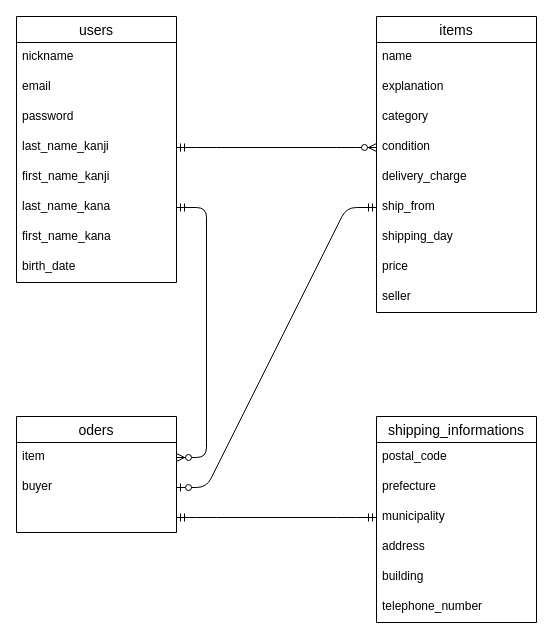
Before: furima.dio in yun814/furima-37940, a draw.io diagram. Source tidied: cells renumbered, new cells numbered last; positions are measured from the earlier drawing's top-left corner, leaving out a move shared by most shapes. Both pictures are drawn from the tidied source at 100%, with x=0, y=0 at pixel (16, 16).
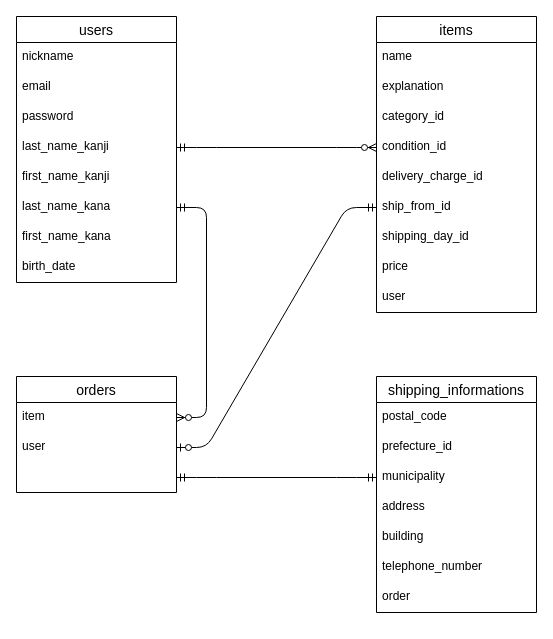
The same page after the edit.

Unchanged cells that the change refers to:
```xml
<mxCell id="11" value="items" style="swimlane;fontStyle=0;horizontal=1;startSize=26;align=center;fontSize=14;" parent="1" vertex="1">
  <mxGeometry x="360" width="160" height="296" as="geometry" />
</mxCell>
```

The edit, as a diff of the source:
```diff
@@
-    <mxCell id="14" value="category" style="text;strokeColor=none;fillColor=none;spacingLeft=4;spacingRight=4;overflow=hidden;fontSize=12;" parent="11" vertex="1">
+    <mxCell id="14" value="category_id" style="text;strokeColor=none;fillColor=none;spacingLeft=4;spacingRight=4;overflow=hidden;fontSize=12;" parent="11" vertex="1">
       <mxGeometry y="86" width="160" height="30" as="geometry" />
     </mxCell>
-    <mxCell id="15" value="condition" style="text;strokeColor=none;fillColor=none;spacingLeft=4;spacingRight=4;overflow=hidden;points=[[0,0.5],[1,0.5]];portConstraint=eastwest;fontSize=12;" parent="11" vertex="1">
+    <mxCell id="15" value="condition_id" style="text;strokeColor=none;fillColor=none;spacingLeft=4;spacingRight=4;overflow=hidden;points=[[0,0.5],[1,0.5]];portConstraint=eastwest;fontSize=12;" parent="11" vertex="1">
       <mxGeometry y="116" width="160" height="30" as="geometry" />
     </mxCell>
-    <mxCell id="16" value="delivery_charge" style="text;strokeColor=none;fillColor=none;spacingLeft=4;spacingRight=4;overflow=hidden;fontSize=12;" parent="11" vertex="1">
+    <mxCell id="16" value="delivery_charge_id" style="text;strokeColor=none;fillColor=none;spacingLeft=4;spacingRight=4;overflow=hidden;fontSize=12;" parent="11" vertex="1">
       <mxGeometry y="146" width="160" height="30" as="geometry" />
     </mxCell>
-    <mxCell id="17" value="ship_from" style="text;strokeColor=none;fillColor=none;spacingLeft=4;spacingRight=4;overflow=hidden;points=[[0,0.5],[1,0.5]];portConstraint=eastwest;fontSize=12;" parent="11" vertex="1">
+    <mxCell id="17" value="ship_from_id" style="text;strokeColor=none;fillColor=none;spacingLeft=4;spacingRight=4;overflow=hidden;points=[[0,0.5],[1,0.5]];portConstraint=eastwest;fontSize=12;" parent="11" vertex="1">
       <mxGeometry y="176" width="160" height="30" as="geometry" />
     </mxCell>
-    <mxCell id="18" value="shipping_day" style="text;strokeColor=none;fillColor=none;spacingLeft=4;spacingRight=4;overflow=hidden;fontSize=12;" parent="11" vertex="1">
+    <mxCell id="18" value="shipping_day_id" style="text;strokeColor=none;fillColor=none;spacingLeft=4;spacingRight=4;overflow=hidden;fontSize=12;" parent="11" vertex="1">
       <mxGeometry y="206" width="160" height="30" as="geometry" />
     </mxCell>
@@
-    <mxCell id="20" value="seller" style="text;strokeColor=none;fillColor=none;spacingLeft=4;spacingRight=4;overflow=hidden;fontSize=12;" parent="11" vertex="1">
+    <mxCell id="20" value="user" style="text;strokeColor=none;fillColor=none;spacingLeft=4;spacingRight=4;overflow=hidden;fontSize=12;" parent="11" vertex="1">
       <mxGeometry y="266" width="160" height="30" as="geometry" />
     </mxCell>
-    <mxCell id="21" value="oders" style="swimlane;fontStyle=0;horizontal=1;startSize=26;align=center;fontSize=14;" parent="1" vertex="1">
-      <mxGeometry y="400" width="160" height="116" as="geometry" />
+    <mxCell id="21" value="orders" style="swimlane;fontStyle=0;horizontal=1;startSize=26;align=center;fontSize=14;" parent="1" vertex="1">
+      <mxGeometry y="360" width="160" height="116" as="geometry" />
     </mxCell>
@@
-    <mxCell id="23" value="buyer" style="text;strokeColor=none;fillColor=none;spacingLeft=4;spacingRight=4;overflow=hidden;points=[[0,0.5],[1,0.5]];portConstraint=eastwest;fontSize=12;" parent="21" vertex="1">
+    <mxCell id="23" value="user" style="text;strokeColor=none;fillColor=none;spacingLeft=4;spacingRight=4;overflow=hidden;points=[[0,0.5],[1,0.5]];portConstraint=eastwest;fontSize=12;" parent="21" vertex="1">
       <mxGeometry y="56" width="160" height="30" as="geometry" />
     </mxCell>
@@
     <mxCell id="25" value="shipping_informations" style="swimlane;fontStyle=0;horizontal=1;startSize=26;align=center;fontSize=14;" parent="1" vertex="1">
-      <mxGeometry x="360" y="400" width="160" height="206" as="geometry" />
+      <mxGeometry x="360" y="360" width="160" height="236" as="geometry" />
     </mxCell>
@@
-    <mxCell id="27" value="prefecture" style="text;strokeColor=none;fillColor=none;spacingLeft=4;spacingRight=4;overflow=hidden;fontSize=12;" parent="25" vertex="1">
+    <mxCell id="27" value="prefecture_id" style="text;strokeColor=none;fillColor=none;spacingLeft=4;spacingRight=4;overflow=hidden;fontSize=12;" parent="25" vertex="1">
       <mxGeometry y="56" width="160" height="30" as="geometry" />
     </mxCell>
@@
+    <mxCell id="36" value="order" style="text;strokeColor=none;fillColor=none;spacingLeft=4;spacingRight=4;overflow=hidden;fontSize=12;" parent="25" vertex="1">
+      <mxGeometry y="206" width="160" height="30" as="geometry" />
+    </mxCell>
```
